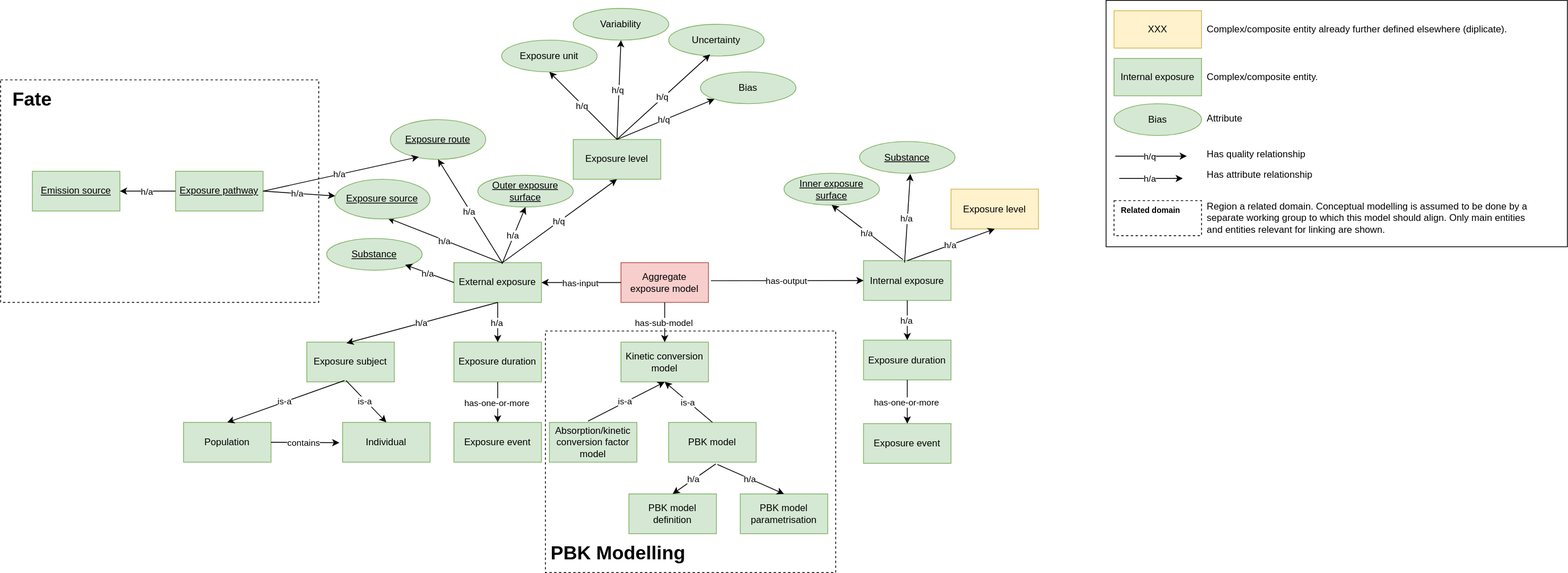
Before: aggregate-exposure-modelling.drawio.svg, a diagram exported from draw.io (eu-parc/aggregate-exposure-modelling). Source tidied: cells renumbered, new cells last; positions are measured from the earlier drawing's top-left corner, leaving out a move shared by most shapes.
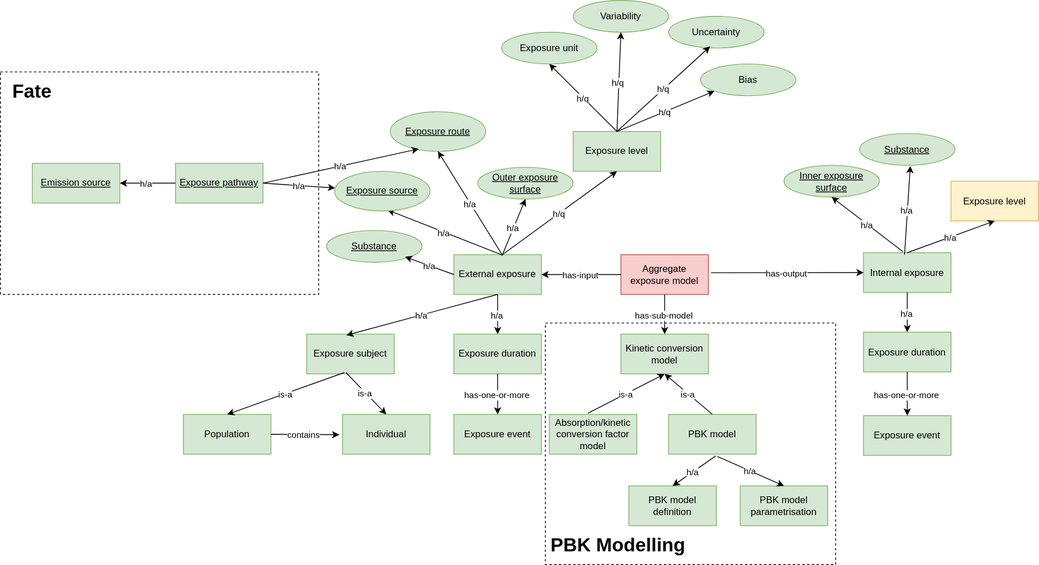
Above is the later version.

Commit message:
Separate legend from main diagram

What changed in the source:
```diff
@@ -8,9 +8,6 @@
     <mxCell id="3" style="rounded=0;whiteSpace=wrap;html=1;dashed=1;" parent="1" vertex="1">
       <mxGeometry y="100" width="400" height="280" as="geometry" />
     </mxCell>
-    <mxCell id="4" style="rounded=0;whiteSpace=wrap;html=1;" parent="1" vertex="1">
-      <mxGeometry x="1390" width="580" height="310" as="geometry" />
-    </mxCell>
     <mxCell id="5" value="External exposure" style="rounded=0;whiteSpace=wrap;html=1;fillColor=#d5e8d4;strokeColor=#82b366;fontColor=#000000;" parent="1" vertex="1">
       <mxGeometry x="570" y="330" width="110" height="50" as="geometry" />
     </mxCell>
@@ -175,18 +172,6 @@
         <mxPoint x="-2" as="offset" />
       </mxGeometry>
     </mxCell>
-    <mxCell id="51" value="XXX" style="rounded=0;whiteSpace=wrap;html=1;fillColor=#fff2cc;strokeColor=#d6b656;fontColor=#000000;" parent="1" vertex="1">
-      <mxGeometry x="1400" y="13" width="110" height="47" as="geometry" />
-    </mxCell>
-    <mxCell id="52" value="Complex/composite entity already further defined elsewhere (diplicate)." style="text;whiteSpace=wrap;html=1;" parent="1" vertex="1">
-      <mxGeometry x="1515" y="23" width="415" height="30" as="geometry" />
-    </mxCell>
-    <mxCell id="53" value="Internal exposure" style="rounded=0;whiteSpace=wrap;html=1;fillColor=#d5e8d4;strokeColor=#82b366;fontColor=#000000;" parent="1" vertex="1">
-      <mxGeometry x="1400" y="73" width="110" height="47" as="geometry" />
-    </mxCell>
-    <mxCell id="54" value="Complex/composite entity." style="text;whiteSpace=wrap;html=1;" parent="1" vertex="1">
-      <mxGeometry x="1515" y="83" width="415" height="30" as="geometry" />
-    </mxCell>
     <mxCell id="55" style="endArrow=classic;html=1;rounded=0;exitX=0;exitY=0.5;exitDx=0;exitDy=0;entryX=1;entryY=0.5;entryDx=0;entryDy=0;" parent="1" edge="1" source="6" target="5">
       <mxGeometry relative="1" as="geometry" />
     </mxCell>
@@ -353,51 +338,8 @@
         <mxPoint x="-2" as="offset" />
       </mxGeometry>
     </mxCell>
-    <mxCell id="99" value="Bias" style="ellipse;whiteSpace=wrap;html=1;fillColor=#d5e8d4;strokeColor=#82b366;fontStyle=0;fontColor=#000000;" parent="1" vertex="1">
-      <mxGeometry x="1400" y="130" width="110" height="40" as="geometry" />
-    </mxCell>
-    <mxCell id="100" value="Attribute" style="text;whiteSpace=wrap;html=1;" parent="1" vertex="1">
-      <mxGeometry x="1515" y="135" width="415" height="30" as="geometry" />
-    </mxCell>
-    <mxCell id="101" style="endArrow=classic;html=1;rounded=0;" parent="1" edge="1">
-      <mxGeometry relative="1" as="geometry">
-        <mxPoint x="1401.5" y="196" as="sourcePoint" />
-        <mxPoint x="1491.5" y="196" as="targetPoint" />
-      </mxGeometry>
-    </mxCell>
-    <mxCell id="102" value="h/q" style="edgeLabel;html=1;align=center;verticalAlign=middle;" parent="101" vertex="1">
-      <mxGeometry relative="1" as="geometry">
-        <mxPoint x="-2" as="offset" />
-      </mxGeometry>
-    </mxCell>
-    <mxCell id="103" value="Has quality relationship" style="text;whiteSpace=wrap;html=1;" parent="1" vertex="1">
-      <mxGeometry x="1515" y="180" width="415" height="30" as="geometry" />
-    </mxCell>
-    <mxCell id="104" style="endArrow=classic;html=1;rounded=0;" parent="1" edge="1">
-      <mxGeometry relative="1" as="geometry">
-        <mxPoint x="1406.5" y="224" as="sourcePoint" />
-        <mxPoint x="1486.5" y="224" as="targetPoint" />
-      </mxGeometry>
-    </mxCell>
-    <mxCell id="105" value="h/a" style="edgeLabel;html=1;align=center;verticalAlign=middle;" parent="104" vertex="1">
-      <mxGeometry relative="1" as="geometry">
-        <mxPoint x="-2" as="offset" />
-      </mxGeometry>
-    </mxCell>
-    <mxCell id="106" value="Has attribute relationship" style="text;whiteSpace=wrap;html=1;" parent="1" vertex="1">
-      <mxGeometry x="1515" y="206" width="415" height="30" as="geometry" />
-    </mxCell>
     <mxCell id="107" value="&lt;b&gt;&lt;font style=&quot;font-size: 24px;&quot;&gt;PBK Modelling&lt;/font&gt;&lt;/b&gt;" style="text;html=1;strokeColor=none;fillColor=none;align=left;verticalAlign=middle;whiteSpace=wrap;rounded=0;" parent="1" vertex="1">
       <mxGeometry x="690" y="681" width="210" height="30" as="geometry" />
     </mxCell>
-    <mxCell id="108" style="rounded=0;whiteSpace=wrap;html=1;dashed=1;" parent="1" vertex="1">
-      <mxGeometry x="1400" y="252" width="110" height="44" as="geometry" />
-    </mxCell>
-    <mxCell id="109" value="&lt;b style=&quot;font-size: 10px;&quot;&gt;&lt;font style=&quot;font-size: 10px;&quot;&gt;Related domain&lt;/font&gt;&lt;/b&gt;" style="text;html=1;strokeColor=none;fillColor=none;align=left;verticalAlign=top;whiteSpace=wrap;rounded=0;fontSize=10;" parent="1" vertex="1">
-      <mxGeometry x="1406.5" y="252" width="95" height="30" as="geometry" />
-    </mxCell>
-    <mxCell id="110" value="Region a related domain. Conceptual modelling is assumed to be done by a separate working group to which this model should align. Only main entities and entities relevant for linking are shown.&amp;nbsp;&amp;nbsp;" style="text;whiteSpace=wrap;html=1;" parent="1" vertex="1">
-      <mxGeometry x="1515" y="246" width="415" height="50" as="geometry" />
-    </mxCell>
   </root>
 </mxGraphModel>
```
